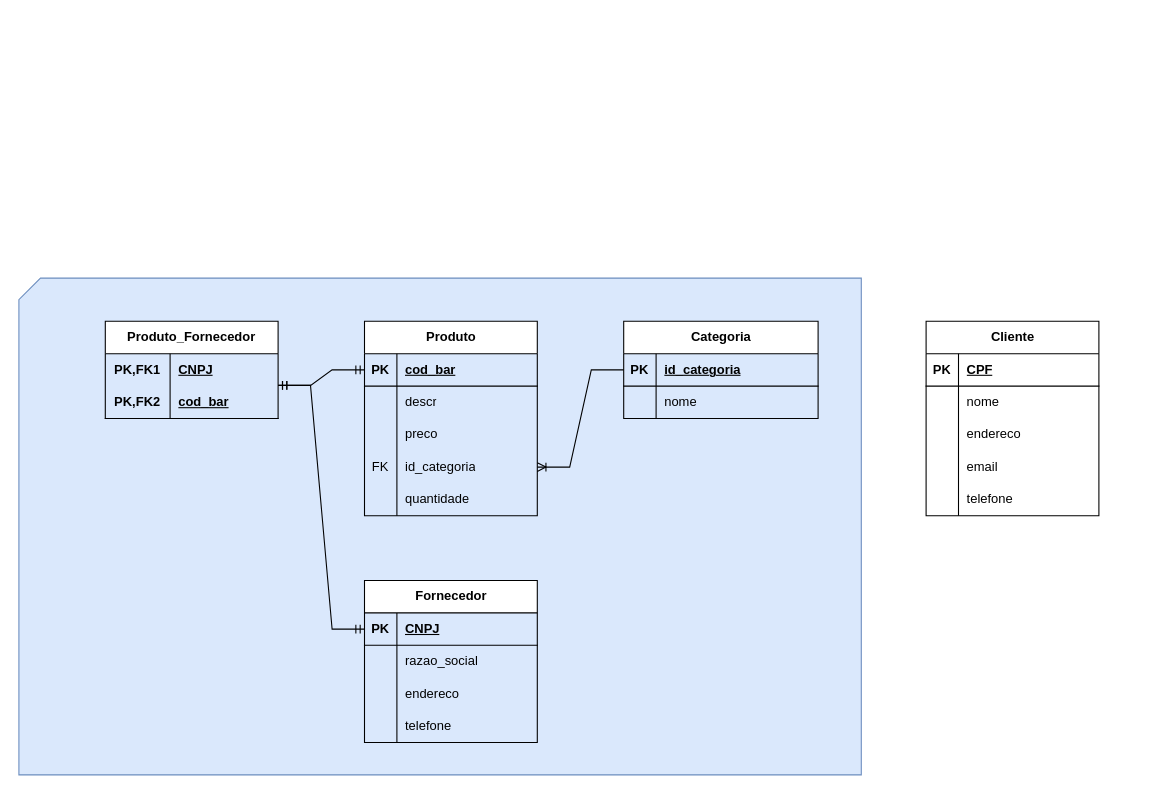
This is Untitled Diagram.drawio from giuliano435/draw.io, a draw.io file, before an edit. Source tidied: cells renumbered, new cells numbered last; positions are measured from the earlier drawing's top-left corner, leaving out a move shared by most shapes. Both pictures are drawn from the tidied source at 108%, with x=0, y=0 at pixel (18, 278).
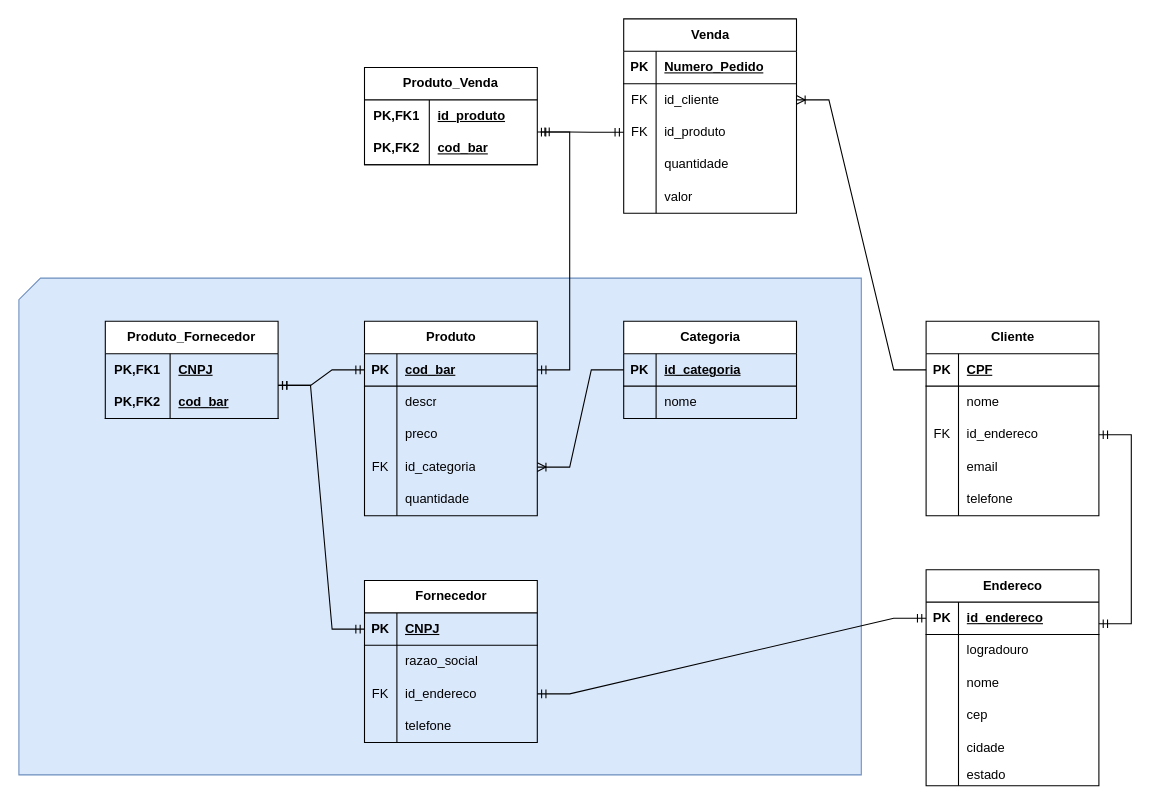
After the change.

The change refers to these unchanged cells:
```xml
<mxCell id="4" style="shape=tableRow;horizontal=0;startSize=0;swimlaneHead=0;swimlaneBody=0;fillColor=none;points=[[0,0.5],[1,0.5]];portConstraint=eastwest;top=0;left=0;right=0;bottom=1;" parent="3" vertex="1">
  <mxGeometry y="30" width="160" height="30" as="geometry" />
</mxCell>
<mxCell id="34" style="shape=tableRow;horizontal=0;startSize=0;swimlaneHead=0;swimlaneBody=0;fillColor=none;points=[[0,0.5],[1,0.5]];portConstraint=eastwest;top=0;left=0;right=0;bottom=0;" parent="27" vertex="1">
  <mxGeometry y="90" width="160" height="30" as="geometry" />
</mxCell>
<mxCell id="50" style="shape=tableRow;horizontal=0;startSize=0;swimlaneHead=0;swimlaneBody=0;fillColor=none;points=[[0,0.5],[1,0.5]];portConstraint=eastwest;top=0;left=0;right=0;bottom=1;" parent="49" vertex="1">
  <mxGeometry y="30" width="160" height="30" as="geometry" />
</mxCell>
<mxCell id="56" style="shape=tableRow;horizontal=0;startSize=0;swimlaneHead=0;swimlaneBody=0;fillColor=none;points=[[0,0.5],[1,0.5]];portConstraint=eastwest;top=0;left=0;right=0;bottom=0;" parent="49" vertex="1">
  <mxGeometry y="90" width="160" height="30" as="geometry" />
</mxCell>
```

The edit, as a diff of the source:
```diff
@@
     <mxCell id="19" value="Categoria" style="shape=table;startSize=30;childLayout=tableLayout;rowLines=0;fontStyle=1;align=center;html=1;" parent="1" vertex="1">
-      <mxGeometry x="560" y="40" width="180" height="90" as="geometry" />
+      <mxGeometry x="560" y="40" width="160" height="90" as="geometry" />
     </mxCell>
     <mxCell id="20" style="shape=tableRow;horizontal=0;startSize=0;swimlaneHead=0;swimlaneBody=0;fillColor=none;points=[[0,0.5],[1,0.5]];portConstraint=eastwest;top=0;left=0;right=0;bottom=1;" parent="19" vertex="1">
-      <mxGeometry y="30" width="180" height="30" as="geometry" />
+      <mxGeometry y="30" width="160" height="30" as="geometry" />
     </mxCell>
@@
     <mxCell id="22" value="id_categoria" style="shape=partialRectangle;fillColor=none;top=0;left=0;bottom=0;right=0;align=left;spacingLeft=6;fontStyle=5;overflow=hidden;whiteSpace=wrap;html=1;" parent="20" vertex="1">
-      <mxGeometry x="30" width="150" height="30" as="geometry" />
+      <mxGeometry x="30" width="130" height="30" as="geometry" />
     </mxCell>
     <mxCell id="23" style="shape=tableRow;horizontal=0;startSize=0;swimlaneHead=0;swimlaneBody=0;fillColor=none;top=0;left=0;right=0;bottom=0;" parent="19" vertex="1">
-      <mxGeometry y="60" width="180" height="30" as="geometry" />
+      <mxGeometry y="60" width="160" height="30" as="geometry" />
     </mxCell>
@@
     <mxCell id="25" value="nome" style="shape=partialRectangle;fillColor=none;top=0;left=0;bottom=0;right=0;align=left;spacingLeft=6;overflow=hidden;whiteSpace=wrap;html=1;" parent="23" vertex="1">
-      <mxGeometry x="30" width="150" height="30" as="geometry" />
+      <mxGeometry x="30" width="130" height="30" as="geometry" />
     </mxCell>
@@
-    <mxCell id="35" style="shape=partialRectangle;fillColor=none;top=0;left=0;bottom=0;right=0;overflow=hidden;whiteSpace=wrap;html=1;" parent="34" vertex="1">
+    <mxCell id="35" value="FK" style="shape=partialRectangle;fillColor=none;top=0;left=0;bottom=0;right=0;overflow=hidden;whiteSpace=wrap;html=1;" parent="34" vertex="1">
       <mxGeometry width="30" height="30" as="geometry" />
     </mxCell>
-    <mxCell id="36" value="endereco" style="shape=partialRectangle;fillColor=none;top=0;left=0;bottom=0;right=0;align=left;spacingLeft=6;overflow=hidden;whiteSpace=wrap;html=1;" parent="34" vertex="1">
+    <mxCell id="36" value="id_endereco" style="shape=partialRectangle;fillColor=none;top=0;left=0;bottom=0;right=0;align=left;spacingLeft=6;overflow=hidden;whiteSpace=wrap;html=1;" parent="34" vertex="1">
       <mxGeometry x="30" width="130" height="30" as="geometry" />
     </mxCell>
@@
-    <mxCell id="57" style="shape=partialRectangle;fillColor=none;top=0;left=0;bottom=0;right=0;overflow=hidden;whiteSpace=wrap;html=1;" parent="56" vertex="1">
+    <mxCell id="57" value="FK" style="shape=partialRectangle;fillColor=none;top=0;left=0;bottom=0;right=0;overflow=hidden;whiteSpace=wrap;html=1;" parent="56" vertex="1">
       <mxGeometry width="30" height="30" as="geometry" />
     </mxCell>
-    <mxCell id="58" value="endereco" style="shape=partialRectangle;fillColor=none;top=0;left=0;bottom=0;right=0;align=left;spacingLeft=6;overflow=hidden;whiteSpace=wrap;html=1;" parent="56" vertex="1">
+    <mxCell id="58" value="id_endereco" style="shape=partialRectangle;fillColor=none;top=0;left=0;bottom=0;right=0;align=left;spacingLeft=6;overflow=hidden;whiteSpace=wrap;html=1;" parent="56" vertex="1">
       <mxGeometry x="30" width="130" height="30" as="geometry" />
     </mxCell>
@@
+    <mxCell id="65" value="Endereco" style="shape=table;startSize=30;childLayout=tableLayout;rowLines=0;fontStyle=1;align=center;html=1;" parent="1" vertex="1">
+      <mxGeometry x="840" y="270" width="160" height="200" as="geometry" />
+    </mxCell>
+    <mxCell id="66" style="shape=tableRow;horizontal=0;startSize=0;swimlaneHead=0;swimlaneBody=0;fillColor=none;points=[[0,0.5],[1,0.5]];portConstraint=eastwest;top=0;left=0;right=0;bottom=1;" parent="65" vertex="1">
+      <mxGeometry y="30" width="160" height="30" as="geometry" />
+    </mxCell>
+    <mxCell id="67" value="PK" style="shape=partialRectangle;fillColor=none;top=0;left=0;bottom=0;right=0;fontStyle=1;overflow=hidden;whiteSpace=wrap;html=1;" parent="66" vertex="1">
+      <mxGeometry width="30" height="30" as="geometry" />
+    </mxCell>
+    <mxCell id="68" value="id_endereco" style="shape=partialRectangle;fillColor=none;top=0;left=0;bottom=0;right=0;align=left;spacingLeft=6;fontStyle=5;overflow=hidden;whiteSpace=wrap;html=1;" parent="66" vertex="1">
+      <mxGeometry x="30" width="130" height="30" as="geometry" />
+    </mxCell>
+    <mxCell id="69" style="shape=tableRow;horizontal=0;startSize=0;swimlaneHead=0;swimlaneBody=0;fillColor=none;top=0;left=0;right=0;bottom=0;" parent="65" vertex="1">
+      <mxGeometry y="60" width="160" height="30" as="geometry" />
+    </mxCell>
+    <mxCell id="70" style="shape=partialRectangle;fillColor=none;top=0;left=0;bottom=0;right=0;overflow=hidden;whiteSpace=wrap;html=1;" parent="69" vertex="1">
+      <mxGeometry width="30" height="30" as="geometry" />
+    </mxCell>
+    <mxCell id="71" value="logradouro" style="shape=partialRectangle;fillColor=none;top=0;left=0;bottom=0;right=0;align=left;spacingLeft=6;overflow=hidden;whiteSpace=wrap;html=1;" parent="69" vertex="1">
+      <mxGeometry x="30" width="130" height="30" as="geometry" />
+    </mxCell>
+    <mxCell id="72" style="shape=tableRow;horizontal=0;startSize=0;swimlaneHead=0;swimlaneBody=0;fillColor=none;top=0;left=0;right=0;bottom=0;" parent="65" vertex="1">
+      <mxGeometry y="90" width="160" height="30" as="geometry" />
+    </mxCell>
+    <mxCell id="73" style="shape=partialRectangle;fillColor=none;top=0;left=0;bottom=0;right=0;overflow=hidden;whiteSpace=wrap;html=1;" parent="72" vertex="1">
+      <mxGeometry width="30" height="30" as="geometry" />
+    </mxCell>
+    <mxCell id="74" value="nome" style="shape=partialRectangle;fillColor=none;top=0;left=0;bottom=0;right=0;align=left;spacingLeft=6;overflow=hidden;whiteSpace=wrap;html=1;" parent="72" vertex="1">
+      <mxGeometry x="30" width="130" height="30" as="geometry" />
+    </mxCell>
+    <mxCell id="75" style="shape=tableRow;horizontal=0;startSize=0;swimlaneHead=0;swimlaneBody=0;fillColor=none;top=0;left=0;right=0;bottom=0;" parent="65" vertex="1">
+      <mxGeometry y="120" width="160" height="30" as="geometry" />
+    </mxCell>
+    <mxCell id="76" style="shape=partialRectangle;fillColor=none;top=0;left=0;bottom=0;right=0;overflow=hidden;whiteSpace=wrap;html=1;" parent="75" vertex="1">
+      <mxGeometry width="30" height="30" as="geometry" />
+    </mxCell>
+    <mxCell id="77" value="cep" style="shape=partialRectangle;fillColor=none;top=0;left=0;bottom=0;right=0;align=left;spacingLeft=6;overflow=hidden;whiteSpace=wrap;html=1;" parent="75" vertex="1">
+      <mxGeometry x="30" width="130" height="30" as="geometry" />
+    </mxCell>
+    <mxCell id="78" style="shape=tableRow;horizontal=0;startSize=0;swimlaneHead=0;swimlaneBody=0;fillColor=none;top=0;left=0;right=0;bottom=0;" parent="65" vertex="1">
+      <mxGeometry y="150" width="160" height="30" as="geometry" />
+    </mxCell>
+    <mxCell id="79" style="shape=partialRectangle;fillColor=none;top=0;left=0;bottom=0;right=0;overflow=hidden;whiteSpace=wrap;html=1;" parent="78" vertex="1">
+      <mxGeometry width="30" height="30" as="geometry" />
+    </mxCell>
+    <mxCell id="80" value="cidade" style="shape=partialRectangle;fillColor=none;top=0;left=0;bottom=0;right=0;align=left;spacingLeft=6;overflow=hidden;whiteSpace=wrap;html=1;" parent="78" vertex="1">
+      <mxGeometry x="30" width="130" height="30" as="geometry" />
+    </mxCell>
+    <mxCell id="81" style="shape=tableRow;horizontal=0;startSize=0;swimlaneHead=0;swimlaneBody=0;fillColor=none;top=0;left=0;right=0;bottom=0;" parent="65" vertex="1">
+      <mxGeometry y="180" width="160" height="20" as="geometry" />
+    </mxCell>
+    <mxCell id="82" style="shape=partialRectangle;fillColor=none;top=0;left=0;bottom=0;right=0;overflow=hidden;whiteSpace=wrap;html=1;" parent="81" vertex="1">
+      <mxGeometry width="30" height="20" as="geometry" />
+    </mxCell>
+    <mxCell id="83" value="estado" style="shape=partialRectangle;fillColor=none;top=0;left=0;bottom=0;right=0;align=left;spacingLeft=6;overflow=hidden;whiteSpace=wrap;html=1;" parent="81" vertex="1">
+      <mxGeometry x="30" width="130" height="20" as="geometry" />
+    </mxCell>
+    <mxCell id="84" style="edgeStyle=entityRelationEdgeStyle;fontSize=12;html=1;endArrow=ERmandOne;startArrow=ERmandOne;rounded=0;exitX=1;exitY=0.5;exitDx=0;exitDy=0;entryX=0;entryY=0.5;entryDx=0;entryDy=0;" parent="1" edge="1" source="34" target="66">
+      <mxGeometry relative="1" as="geometry" />
+    </mxCell>
+    <mxCell id="85" style="edgeStyle=entityRelationEdgeStyle;fontSize=12;html=1;endArrow=ERmandOne;startArrow=ERmandOne;rounded=0;exitX=1;exitY=0.5;exitDx=0;exitDy=0;entryX=1;entryY=0.25;entryDx=0;entryDy=0;" parent="1" edge="1" source="56" target="65">
+      <mxGeometry relative="1" as="geometry" />
+    </mxCell>
+    <mxCell id="86" value="Venda" style="shape=table;startSize=30;childLayout=tableLayout;rowLines=0;fontStyle=1;align=center;html=1;" parent="1" vertex="1">
+      <mxGeometry x="560" y="-240" width="160" height="180" as="geometry" />
+    </mxCell>
+    <mxCell id="87" style="shape=tableRow;horizontal=0;startSize=0;swimlaneHead=0;swimlaneBody=0;fillColor=none;top=0;left=0;right=0;bottom=1;" parent="86" vertex="1">
+      <mxGeometry y="30" width="160" height="30" as="geometry" />
+    </mxCell>
+    <mxCell id="88" value="PK" style="shape=partialRectangle;fillColor=none;top=0;left=0;bottom=0;right=0;fontStyle=1;overflow=hidden;whiteSpace=wrap;html=1;" parent="87" vertex="1">
+      <mxGeometry width="30" height="30" as="geometry" />
+    </mxCell>
+    <mxCell id="89" value="Numero_Pedido" style="shape=partialRectangle;fillColor=none;top=0;left=0;bottom=0;right=0;align=left;spacingLeft=6;fontStyle=5;overflow=hidden;whiteSpace=wrap;html=1;" parent="87" vertex="1">
+      <mxGeometry x="30" width="130" height="30" as="geometry" />
+    </mxCell>
+    <mxCell id="90" style="shape=tableRow;horizontal=0;startSize=0;swimlaneHead=0;swimlaneBody=0;fillColor=none;points=[[0,0.5],[1,0.5]];portConstraint=eastwest;top=0;left=0;right=0;bottom=0;" parent="86" vertex="1">
+      <mxGeometry y="60" width="160" height="30" as="geometry" />
+    </mxCell>
+    <mxCell id="91" value="FK" style="shape=partialRectangle;fillColor=none;top=0;left=0;bottom=0;right=0;overflow=hidden;whiteSpace=wrap;html=1;" parent="90" vertex="1">
+      <mxGeometry width="30" height="30" as="geometry" />
+    </mxCell>
+    <mxCell id="92" value="id_cliente" style="shape=partialRectangle;fillColor=none;top=0;left=0;bottom=0;right=0;align=left;spacingLeft=6;overflow=hidden;whiteSpace=wrap;html=1;" parent="90" vertex="1">
+      <mxGeometry x="30" width="130" height="30" as="geometry" />
+    </mxCell>
+    <mxCell id="93" style="shape=tableRow;horizontal=0;startSize=0;swimlaneHead=0;swimlaneBody=0;fillColor=none;points=[[0,0.5],[1,0.5]];portConstraint=eastwest;top=0;left=0;right=0;bottom=0;" parent="86" vertex="1">
+      <mxGeometry y="90" width="160" height="30" as="geometry" />
+    </mxCell>
+    <mxCell id="94" value="FK" style="shape=partialRectangle;fillColor=none;top=0;left=0;bottom=0;right=0;overflow=hidden;whiteSpace=wrap;html=1;" parent="93" vertex="1">
+      <mxGeometry width="30" height="30" as="geometry" />
+    </mxCell>
+    <mxCell id="95" value="id_produto" style="shape=partialRectangle;fillColor=none;top=0;left=0;bottom=0;right=0;align=left;spacingLeft=6;overflow=hidden;whiteSpace=wrap;html=1;" parent="93" vertex="1">
+      <mxGeometry x="30" width="130" height="30" as="geometry" />
+    </mxCell>
+    <mxCell id="96" style="shape=tableRow;horizontal=0;startSize=0;swimlaneHead=0;swimlaneBody=0;fillColor=none;top=0;left=0;right=0;bottom=0;" parent="86" vertex="1">
+      <mxGeometry y="120" width="160" height="30" as="geometry" />
+    </mxCell>
+    <mxCell id="97" style="shape=partialRectangle;fillColor=none;top=0;left=0;bottom=0;right=0;overflow=hidden;whiteSpace=wrap;html=1;" parent="96" vertex="1">
+      <mxGeometry width="30" height="30" as="geometry" />
+    </mxCell>
+    <mxCell id="98" value="quantidade" style="shape=partialRectangle;fillColor=none;top=0;left=0;bottom=0;right=0;align=left;spacingLeft=6;overflow=hidden;whiteSpace=wrap;html=1;" parent="96" vertex="1">
+      <mxGeometry x="30" width="130" height="30" as="geometry" />
+    </mxCell>
+    <mxCell id="99" style="shape=tableRow;horizontal=0;startSize=0;swimlaneHead=0;swimlaneBody=0;fillColor=none;top=0;left=0;right=0;bottom=0;" parent="86" vertex="1">
+      <mxGeometry y="150" width="160" height="30" as="geometry" />
+    </mxCell>
+    <mxCell id="100" style="shape=partialRectangle;fillColor=none;top=0;left=0;bottom=0;right=0;overflow=hidden;whiteSpace=wrap;html=1;" parent="99" vertex="1">
+      <mxGeometry width="30" height="30" as="geometry" />
+    </mxCell>
+    <mxCell id="101" value="valor" style="shape=partialRectangle;fillColor=none;top=0;left=0;bottom=0;right=0;align=left;spacingLeft=6;overflow=hidden;whiteSpace=wrap;html=1;" parent="99" vertex="1">
+      <mxGeometry x="30" width="130" height="30" as="geometry" />
+    </mxCell>
+    <mxCell id="102" style="edgeStyle=entityRelationEdgeStyle;fontSize=12;html=1;endArrow=ERoneToMany;rounded=0;entryX=1;entryY=0.5;entryDx=0;entryDy=0;exitX=0;exitY=0.5;exitDx=0;exitDy=0;" parent="1" edge="1" source="50" target="90">
+      <mxGeometry relative="1" as="geometry" />
+    </mxCell>
+    <mxCell id="103" value="Produto_Venda" style="shape=table;startSize=30;childLayout=tableLayout;rowLines=0;fontStyle=1;align=center;html=1;whiteSpace=wrap;" parent="1" vertex="1">
+      <mxGeometry x="320" y="-195" width="160" height="90" as="geometry" />
+    </mxCell>
+    <mxCell id="104" style="shape=tableRow;horizontal=0;startSize=0;swimlaneHead=0;swimlaneBody=0;fillColor=none;top=0;left=0;right=0;bottom=0;html=1;" parent="103" vertex="1">
+      <mxGeometry y="30" width="160" height="30" as="geometry" />
+    </mxCell>
+    <mxCell id="105" value="PK,FK1" style="shape=partialRectangle;fillColor=none;top=0;left=0;bottom=0;right=0;fontStyle=1;overflow=hidden;html=1;whiteSpace=wrap;" parent="104" vertex="1">
+      <mxGeometry width="60" height="30" as="geometry" />
+    </mxCell>
+    <mxCell id="106" value="id_produto" style="shape=partialRectangle;fillColor=none;top=0;left=0;bottom=0;right=0;align=left;spacingLeft=6;fontStyle=5;overflow=hidden;html=1;whiteSpace=wrap;" parent="104" vertex="1">
+      <mxGeometry x="60" width="100" height="30" as="geometry" />
+    </mxCell>
+    <mxCell id="107" style="shape=tableRow;horizontal=0;startSize=0;swimlaneHead=0;swimlaneBody=0;fillColor=none;points=[[0,0.5],[1,0.5]];portConstraint=eastwest;top=0;left=0;right=0;bottom=1;html=1;" parent="103" vertex="1">
+      <mxGeometry y="60" width="160" height="30" as="geometry" />
+    </mxCell>
+    <mxCell id="108" value="PK,FK2" style="shape=partialRectangle;fillColor=none;top=0;left=0;bottom=0;right=0;fontStyle=1;overflow=hidden;html=1;whiteSpace=wrap;" parent="107" vertex="1">
+      <mxGeometry width="60" height="30" as="geometry" />
+    </mxCell>
+    <mxCell id="109" value="cod_bar" style="shape=partialRectangle;fillColor=none;top=0;left=0;bottom=0;right=0;align=left;spacingLeft=6;fontStyle=5;overflow=hidden;html=1;whiteSpace=wrap;" parent="107" vertex="1">
+      <mxGeometry x="60" width="100" height="30" as="geometry" />
+    </mxCell>
+    <mxCell id="110" style="edgeStyle=entityRelationEdgeStyle;fontSize=12;html=1;endArrow=ERmandOne;startArrow=ERmandOne;rounded=0;entryX=0.999;entryY=-0.007;entryDx=0;entryDy=0;exitX=0;exitY=0.5;exitDx=0;exitDy=0;entryPerimeter=0;" parent="1" edge="1" source="93" target="107">
+      <mxGeometry relative="1" as="geometry">
+        <Array as="points">
+          <mxPoint x="440" y="45" />
+        </Array>
+      </mxGeometry>
+    </mxCell>
+    <mxCell id="111" style="edgeStyle=elbowEdgeStyle;fontSize=12;html=1;endArrow=ERmandOne;startArrow=ERmandOne;rounded=0;entryX=1;entryY=0.5;entryDx=0;entryDy=0;exitX=1.019;exitY=-0.011;exitDx=0;exitDy=0;exitPerimeter=0;" parent="1" edge="1" source="107" target="4">
+      <mxGeometry relative="1" as="geometry">
+        <Array as="points">
+          <mxPoint x="510" y="-50" />
+        </Array>
+      </mxGeometry>
+    </mxCell>
```
